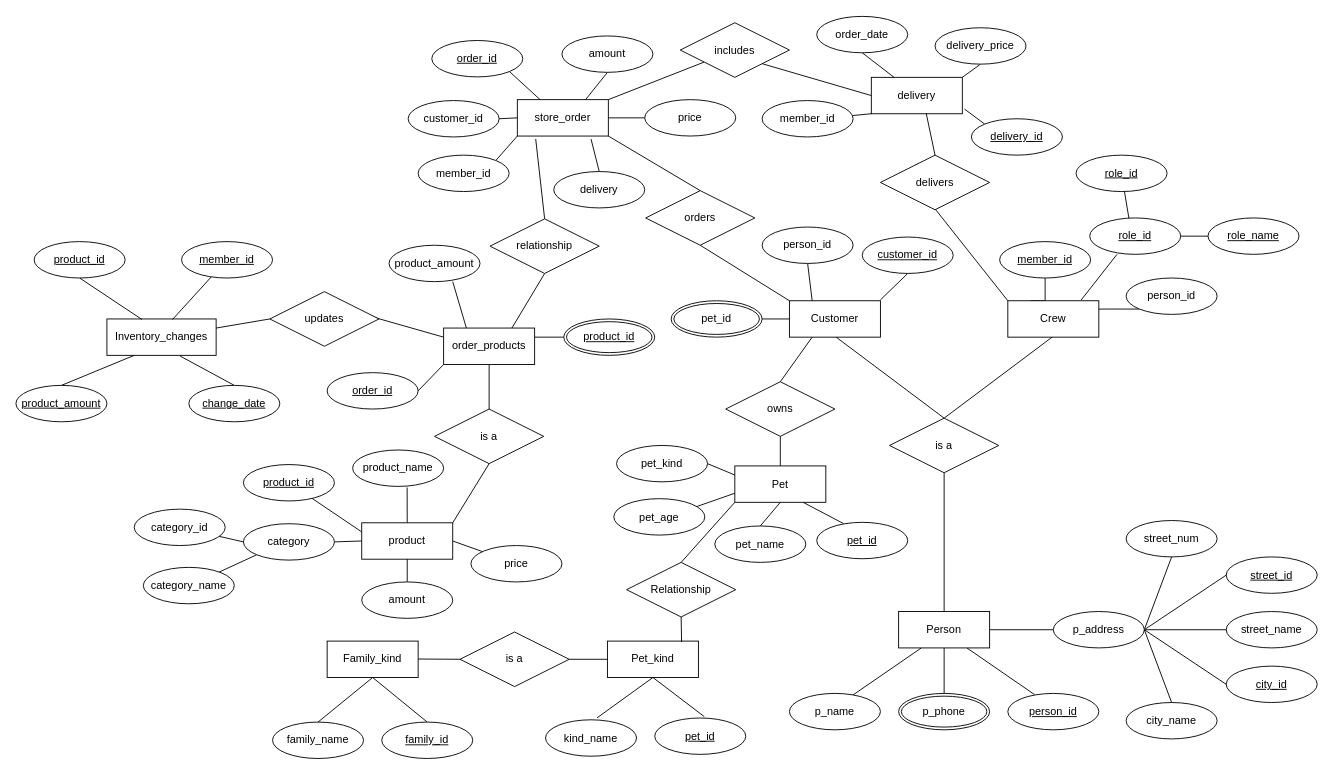
This is page 3 of 4 of pet_store.drawio from avivmoyal1/SQL_Project, a draw.io file, before an edit. Source tidied: cells renumbered, new cells numbered last; positions are measured from the earlier drawing's top-left corner, leaving out a move shared by most shapes. Both pictures are drawn from the tidied source at 91%, with x=0, y=0 at pixel (15, 15).
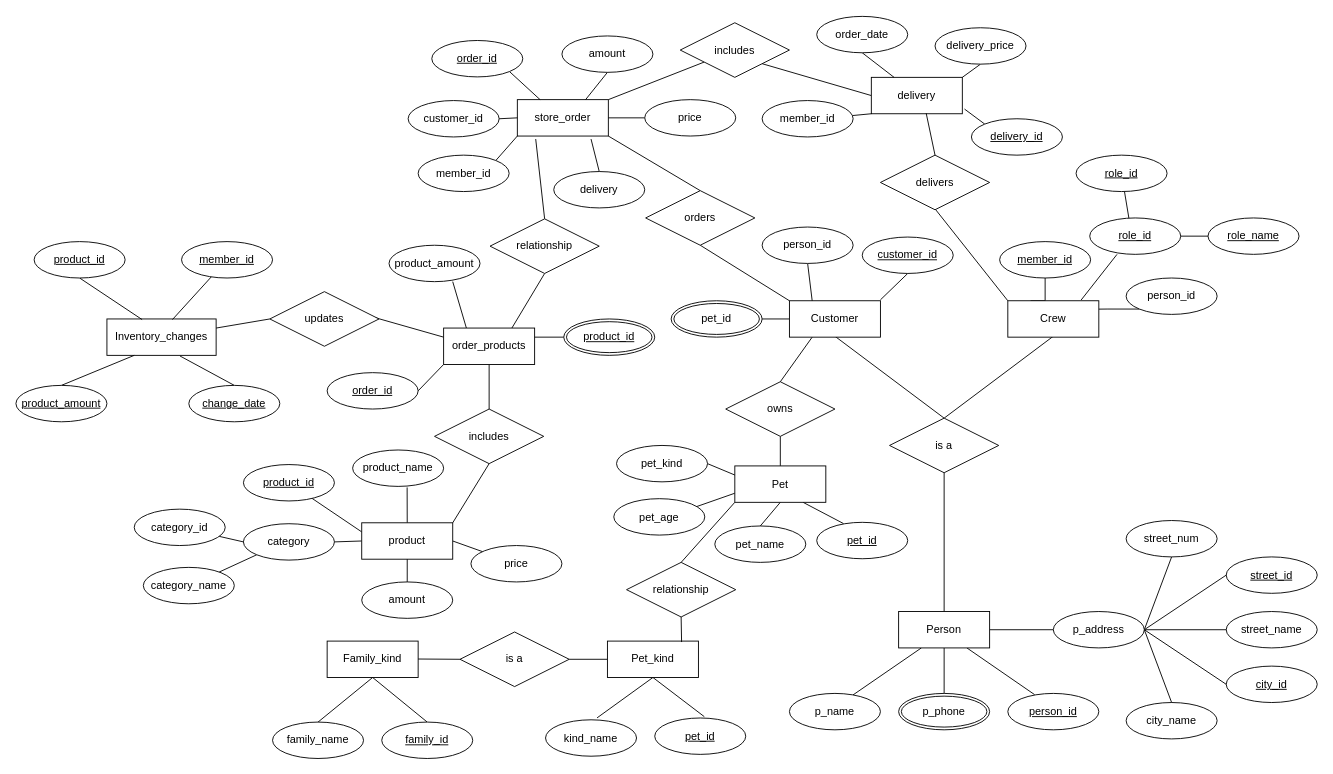
The same page after the edit.

The edit, as a diff of the source:
```diff
@@
-    <mxCell id="119" value="&lt;span style=&quot;text-align: left;&quot;&gt;is a&lt;/span&gt;" style="shape=rhombus;perimeter=rhombusPerimeter;whiteSpace=wrap;html=1;align=center;" parent="1" vertex="1">
+    <mxCell id="119" value="&lt;div style=&quot;text-align: left;&quot;&gt;&lt;span style=&quot;background-color: initial;&quot;&gt;includes&lt;/span&gt;&lt;/div&gt;" style="shape=rhombus;perimeter=rhombusPerimeter;whiteSpace=wrap;html=1;align=center;" parent="1" vertex="1">
       <mxGeometry x="460" y="432" width="120" height="60" as="geometry" />
     </mxCell>
@@
-    <mxCell id="123" value="&lt;div style=&quot;text-align: left;&quot;&gt;&lt;span style=&quot;background-color: initial;&quot;&gt;Relationship&lt;/span&gt;&lt;/div&gt;" style="shape=rhombus;perimeter=rhombusPerimeter;whiteSpace=wrap;html=1;align=center;" parent="1" vertex="1">
+    <mxCell id="123" value="&lt;div style=&quot;text-align: left;&quot;&gt;&lt;span style=&quot;background-color: initial;&quot;&gt;relationship&lt;/span&gt;&lt;/div&gt;" style="shape=rhombus;perimeter=rhombusPerimeter;whiteSpace=wrap;html=1;align=center;" parent="1" vertex="1">
       <mxGeometry x="671" y="600.5" width="120" height="60" as="geometry" />
     </mxCell>
```
